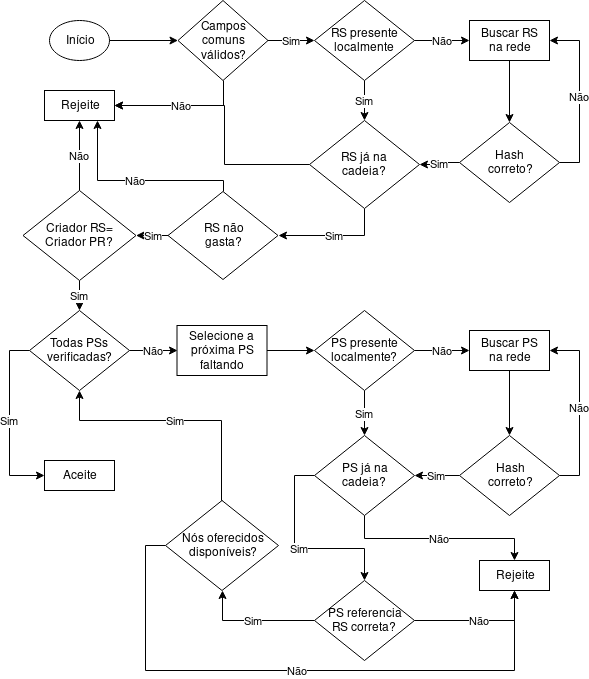
The draw.io diagram imagens/validacao_pr.png in WiltonLoch/TCC, before a commit. Source tidied: cells renumbered, new cells last; positions are measured from the earlier drawing's top-left corner, leaving out a move shared by most shapes.
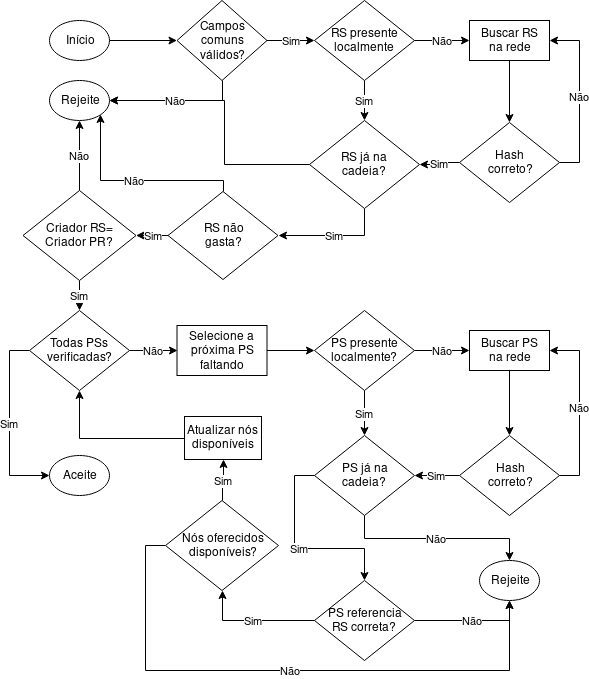
After the commit.

The edit, as a diff of the source:
```diff
@@ -2,25 +2,14 @@
   <root>
     <mxCell id="0" />
     <mxCell id="1" parent="0" />
-    <mxCell id="2" style="edgeStyle=orthogonalEdgeStyle;rounded=0;jettySize=auto;html=1;exitX=0;exitY=0.5;exitDx=0;exitDy=0;entryX=1;entryY=0.5;entryDx=0;entryDy=0;endArrow=classic;endFill=1;" parent="1" edge="1" source="18" target="10">
-      <mxGeometry relative="1" as="geometry">
-        <Array as="points">
-          <mxPoint x="202" y="164" />
-          <mxPoint x="202" y="105" />
-        </Array>
-      </mxGeometry>
-    </mxCell>
     <mxCell id="3" value="Início" style="ellipse;whiteSpace=wrap;html=1;" parent="1" vertex="1">
       <mxGeometry x="27" y="20" width="60" height="40" as="geometry" />
     </mxCell>
     <mxCell id="4" value="Sim" style="edgeStyle=orthogonalEdgeStyle;rounded=0;jettySize=auto;html=1;" parent="1" edge="1" source="6" target="8">
       <mxGeometry relative="1" as="geometry" />
     </mxCell>
-    <mxCell id="5" value="Não" style="edgeStyle=orthogonalEdgeStyle;rounded=0;jettySize=auto;html=1;exitX=0.5;exitY=1;exitDx=0;exitDy=0;entryX=1;entryY=0.5;entryDx=0;entryDy=0;" parent="1" edge="1" source="6" target="10">
-      <mxGeometry relative="1" as="geometry" />
-    </mxCell>
     <mxCell id="6" value="Campos comuns válidos?" style="rhombus;whiteSpace=wrap;html=1;" parent="1" vertex="1">
-      <mxGeometry x="155.5" width="90" height="80" as="geometry" />
+      <mxGeometry x="154.5" width="90" height="80" as="geometry" />
     </mxCell>
     <mxCell id="7" value="Sim" style="edgeStyle=orthogonalEdgeStyle;rounded=0;jettySize=auto;html=1;" parent="1" edge="1" source="8" target="18">
       <mxGeometry relative="1" as="geometry" />
@@ -31,9 +20,6 @@
     <mxCell id="9" style="endArrow=classic;html=1;entryX=0;entryY=0.5;entryDx=0;entryDy=0;exitX=1;exitY=0.5;exitDx=0;exitDy=0;" parent="1" edge="1" source="3" target="6">
       <mxGeometry relative="1" as="geometry" />
     </mxCell>
-    <mxCell id="10" value="Rejeite" style="rounded=0;whiteSpace=wrap;html=1;" parent="1" vertex="1">
-      <mxGeometry x="22" y="90" width="70" height="30" as="geometry" />
-    </mxCell>
     <mxCell id="11" value="&lt;div&gt;Buscar RS&lt;br&gt;&lt;/div&gt;&lt;div&gt;na rede&lt;/div&gt;" style="rounded=0;whiteSpace=wrap;html=1;" parent="1" vertex="1">
       <mxGeometry x="447" y="20" width="80" height="40" as="geometry" />
     </mxCell>
@@ -55,6 +41,14 @@
     <mxCell id="17" value="Sim" style="edgeStyle=orthogonalEdgeStyle;rounded=0;jettySize=auto;html=1;exitX=0.5;exitY=1;exitDx=0;exitDy=0;entryX=1;entryY=0.5;entryDx=0;entryDy=0;endArrow=classic;endFill=1;" parent="1" edge="1" source="18" target="48">
       <mxGeometry relative="1" as="geometry" />
     </mxCell>
+    <mxCell id="49" style="edgeStyle=orthogonalEdgeStyle;rounded=0;jettySize=auto;html=1;exitX=0;exitY=0.5;exitDx=0;exitDy=0;entryX=1;entryY=0.5;entryDx=0;entryDy=0;" parent="1" edge="1" source="18" target="50">
+      <mxGeometry relative="1" as="geometry">
+        <Array as="points">
+          <mxPoint x="202" y="164" />
+          <mxPoint x="202" y="100" />
+        </Array>
+      </mxGeometry>
+    </mxCell>
     <mxCell id="18" value="&lt;div&gt;RS já na &lt;br&gt;&lt;/div&gt;&lt;div&gt;cadeia?&lt;/div&gt;" style="rhombus;whiteSpace=wrap;html=1;" parent="1" vertex="1">
       <mxGeometry x="287" y="120" width="110" height="88" as="geometry" />
     </mxCell>
@@ -67,9 +61,6 @@
     <mxCell id="21" value="Todas PSs verificadas?" style="rhombus;whiteSpace=wrap;html=1;" parent="1" vertex="1">
       <mxGeometry x="7" y="310" width="100" height="80" as="geometry" />
     </mxCell>
-    <mxCell id="22" value="Aceite" style="rounded=0;whiteSpace=wrap;html=1;" parent="1" vertex="1">
-      <mxGeometry x="22" y="460" width="70" height="30" as="geometry" />
-    </mxCell>
     <mxCell id="23" style="edgeStyle=orthogonalEdgeStyle;rounded=0;jettySize=auto;html=1;entryX=0;entryY=0.5;entryDx=0;entryDy=0;" parent="1" edge="1" source="24" target="27">
       <mxGeometry relative="1" as="geometry" />
     </mxCell>
@@ -100,7 +91,7 @@
     <mxCell id="32" value="&lt;div&gt;Hash&lt;/div&gt;&lt;div&gt;correto?&lt;/div&gt;" style="rhombus;whiteSpace=wrap;html=1;" parent="1" vertex="1">
       <mxGeometry x="437" y="435" width="100" height="80" as="geometry" />
     </mxCell>
-    <mxCell id="33" value="Não" style="edgeStyle=orthogonalEdgeStyle;rounded=0;jettySize=auto;html=1;exitX=0.5;exitY=1;exitDx=0;exitDy=0;entryX=0.5;entryY=0;entryDx=0;entryDy=0;" parent="1" edge="1" source="35" target="36">
+    <mxCell id="33" value="Não" style="edgeStyle=orthogonalEdgeStyle;rounded=0;jettySize=auto;html=1;exitX=0.5;exitY=1;exitDx=0;exitDy=0;entryX=0.5;entryY=0;entryDx=0;entryDy=0;" parent="1" edge="1" source="35" target="51">
       <mxGeometry relative="1" as="geometry" />
     </mxCell>
     <mxCell id="34" value="Sim" style="edgeStyle=orthogonalEdgeStyle;rounded=0;jettySize=auto;html=1;exitX=0;exitY=0.5;exitDx=0;exitDy=0;entryX=0.5;entryY=0;entryDx=0;entryDy=0;" parent="1" edge="1" source="35" target="42">
@@ -109,11 +100,10 @@
     <mxCell id="35" value="&lt;div&gt;PS já na&lt;/div&gt;&lt;div&gt;cadeia?&lt;br&gt;&lt;/div&gt;" style="rhombus;whiteSpace=wrap;html=1;" parent="1" vertex="1">
       <mxGeometry x="292" y="435" width="100" height="80" as="geometry" />
     </mxCell>
-    <mxCell id="36" value="Rejeite" style="rounded=0;whiteSpace=wrap;html=1;" parent="1" vertex="1">
-      <mxGeometry x="457" y="560" width="70" height="30" as="geometry" />
-    </mxCell>
-    <mxCell id="37" value="Não" style="edgeStyle=orthogonalEdgeStyle;rounded=0;jettySize=auto;html=1;exitX=0.5;exitY=0;exitDx=0;exitDy=0;entryX=0.5;entryY=1;entryDx=0;entryDy=0;" parent="1" edge="1" source="39" target="10">
-      <mxGeometry relative="1" as="geometry" />
+    <mxCell id="37" value="Não" style="edgeStyle=orthogonalEdgeStyle;rounded=0;jettySize=auto;html=1;exitX=0.5;exitY=0;exitDx=0;exitDy=0;entryX=0.5;entryY=1;entryDx=0;entryDy=0;" parent="1" edge="1" source="39">
+      <mxGeometry relative="1" as="geometry">
+        <mxPoint x="57" y="120" as="targetPoint" />
+      </mxGeometry>
     </mxCell>
     <mxCell id="38" value="Sim" style="edgeStyle=orthogonalEdgeStyle;rounded=0;jettySize=auto;html=1;exitX=0.5;exitY=1;exitDx=0;exitDy=0;entryX=0.5;entryY=0;entryDx=0;entryDy=0;" parent="1" edge="1" source="39" target="21">
       <mxGeometry relative="1" as="geometry" />
@@ -121,48 +111,61 @@
     <mxCell id="39" value="&lt;div&gt;Criador RS=&lt;/div&gt;&lt;div&gt;Criador PR?&lt;br&gt;&lt;/div&gt;" style="rhombus;whiteSpace=wrap;html=1;" parent="1" vertex="1">
       <mxGeometry x="0.5" y="190" width="113" height="90" as="geometry" />
     </mxCell>
+    <mxCell id="41" value="Sim" style="edgeStyle=orthogonalEdgeStyle;rounded=0;jettySize=auto;html=1;exitX=0;exitY=0.5;exitDx=0;exitDy=0;entryX=0.5;entryY=1;entryDx=0;entryDy=0;" parent="1" edge="1" source="42" target="45">
+      <mxGeometry relative="1" as="geometry" />
+    </mxCell>
-    <mxCell id="40" value="Não" style="edgeStyle=orthogonalEdgeStyle;rounded=0;jettySize=auto;html=1;exitX=1;exitY=0.5;exitDx=0;exitDy=0;entryX=0.5;entryY=1;entryDx=0;entryDy=0;" parent="1" edge="1" source="42" target="36">
+    <mxCell id="40" value="Não" style="edgeStyle=orthogonalEdgeStyle;rounded=0;jettySize=auto;html=1;exitX=1;exitY=0.5;exitDx=0;exitDy=0;entryX=0.5;entryY=1;entryDx=0;entryDy=0;" parent="1" edge="1" source="42" target="51">
       <mxGeometry relative="1" as="geometry" />
     </mxCell>
-    <mxCell id="41" value="Sim" style="edgeStyle=orthogonalEdgeStyle;rounded=0;jettySize=auto;html=1;exitX=0;exitY=0.5;exitDx=0;exitDy=0;entryX=0.5;entryY=1;entryDx=0;entryDy=0;" parent="1" edge="1" source="42" target="45">
-      <mxGeometry relative="1" as="geometry" />
-    </mxCell>
     <mxCell id="42" value="&lt;div&gt;PS referencia&lt;/div&gt;&lt;div&gt;RS correta?&lt;br&gt;&lt;/div&gt;" style="rhombus;whiteSpace=wrap;html=1;" parent="1" vertex="1">
       <mxGeometry x="292" y="580" width="100" height="80" as="geometry" />
     </mxCell>
+    <mxCell id="44" value="Não" style="edgeStyle=orthogonalEdgeStyle;rounded=0;jettySize=auto;html=1;exitX=0;exitY=0.5;exitDx=0;exitDy=0;entryX=0.5;entryY=1;entryDx=0;entryDy=0;" parent="1" edge="1" source="45" target="51">
+      <mxGeometry relative="1" as="geometry">
+        <Array as="points">
+          <mxPoint x="123" y="545" />
+          <mxPoint x="123" y="670" />
+          <mxPoint x="487" y="670" />
+        </Array>
+      </mxGeometry>
+    </mxCell>
-    <mxCell id="43" value="Sim" style="edgeStyle=orthogonalEdgeStyle;rounded=0;jettySize=auto;html=1;exitX=0.5;exitY=0;exitDx=0;exitDy=0;entryX=0.5;entryY=1;entryDx=0;entryDy=0;" parent="1" edge="1" source="45" target="21">
-      <mxGeometry relative="1" as="geometry">
-        <Array as="points">
-          <mxPoint x="199" y="420" />
-          <mxPoint x="57" y="420" />
-        </Array>
-      </mxGeometry>
+    <mxCell id="43" value="Sim" style="edgeStyle=orthogonalEdgeStyle;rounded=0;jettySize=auto;html=1;exitX=0.5;exitY=0;exitDx=0;exitDy=0;entryX=0.5;entryY=1;entryDx=0;entryDy=0;" parent="1" edge="1" source="45" target="53">
+      <mxGeometry relative="1" as="geometry" />
     </mxCell>
-    <mxCell id="44" value="Não" style="edgeStyle=orthogonalEdgeStyle;rounded=0;jettySize=auto;html=1;exitX=0;exitY=0.5;exitDx=0;exitDy=0;entryX=0.5;entryY=1;entryDx=0;entryDy=0;" parent="1" edge="1" source="45" target="36">
-      <mxGeometry relative="1" as="geometry">
-        <Array as="points">
-          <mxPoint x="123" y="545" />
-          <mxPoint x="123" y="670" />
-          <mxPoint x="492" y="670" />
-        </Array>
-      </mxGeometry>
-    </mxCell>
     <mxCell id="45" value="&lt;div&gt;Nós oferecidos&lt;/div&gt;&lt;div&gt;disponíveis?&lt;/div&gt;" style="rhombus;whiteSpace=wrap;html=1;" parent="1" vertex="1">
       <mxGeometry x="143" y="500" width="113" height="90" as="geometry" />
     </mxCell>
     <mxCell id="46" value="Sim" style="edgeStyle=orthogonalEdgeStyle;rounded=0;jettySize=auto;html=1;endArrow=classic;endFill=1;" parent="1" edge="1" source="48" target="39">
       <mxGeometry relative="1" as="geometry" />
     </mxCell>
-    <mxCell id="47" value="Não" style="edgeStyle=orthogonalEdgeStyle;rounded=0;jettySize=auto;html=1;exitX=0.5;exitY=0;exitDx=0;exitDy=0;entryX=0.75;entryY=1;entryDx=0;entryDy=0;endArrow=classic;endFill=1;" parent="1" edge="1" source="48" target="10">
+    <mxCell id="47" value="Não" style="edgeStyle=orthogonalEdgeStyle;rounded=0;jettySize=auto;html=1;exitX=0.5;exitY=0;exitDx=0;exitDy=0;entryX=1;entryY=1;entryDx=0;entryDy=0;" parent="1" edge="1" source="48" target="50">
       <mxGeometry relative="1" as="geometry">
         <Array as="points">
           <mxPoint x="201" y="180" />
-          <mxPoint x="75" y="180" />
+          <mxPoint x="78" y="180" />
         </Array>
       </mxGeometry>
     </mxCell>
     <mxCell id="48" value="&lt;div&gt;RS não&lt;/div&gt;&lt;div&gt;gasta?&lt;br&gt;&lt;/div&gt;" style="rhombus;whiteSpace=wrap;html=1;" parent="1" vertex="1">
       <mxGeometry x="145.5" y="191" width="110" height="88" as="geometry" />
     </mxCell>
+    <mxCell id="50" value="Rejeite" style="ellipse;whiteSpace=wrap;html=1;" parent="1" vertex="1">
+      <mxGeometry x="27" y="80" width="60" height="40" as="geometry" />
+    </mxCell>
+    <mxCell id="5" value="Não" style="edgeStyle=orthogonalEdgeStyle;rounded=0;jettySize=auto;html=1;exitX=0.5;exitY=1;exitDx=0;exitDy=0;entryX=1;entryY=0.5;entryDx=0;entryDy=0;" parent="1" edge="1" source="6" target="50">
+      <mxGeometry relative="1" as="geometry" />
+    </mxCell>
+    <mxCell id="22" value="Aceite" style="ellipse;whiteSpace=wrap;html=1;" parent="1" vertex="1">
+      <mxGeometry x="27" y="455" width="60" height="40" as="geometry" />
+    </mxCell>
+    <mxCell id="51" value="Rejeite" style="ellipse;whiteSpace=wrap;html=1;" parent="1" vertex="1">
+      <mxGeometry x="457" y="560" width="60" height="40" as="geometry" />
+    </mxCell>
+    <mxCell id="52" style="edgeStyle=orthogonalEdgeStyle;rounded=0;jettySize=auto;html=1;exitX=0;exitY=0.5;exitDx=0;exitDy=0;entryX=0.5;entryY=1;entryDx=0;entryDy=0;" parent="1" edge="1" source="53" target="21">
+      <mxGeometry relative="1" as="geometry" />
+    </mxCell>
+    <mxCell id="53" value="Atualizar nós disponíveis" style="rounded=0;whiteSpace=wrap;html=1;" parent="1" vertex="1">
+      <mxGeometry x="162" y="416" width="77" height="43" as="geometry" />
+    </mxCell>
   </root>
 </mxGraphModel>
```
